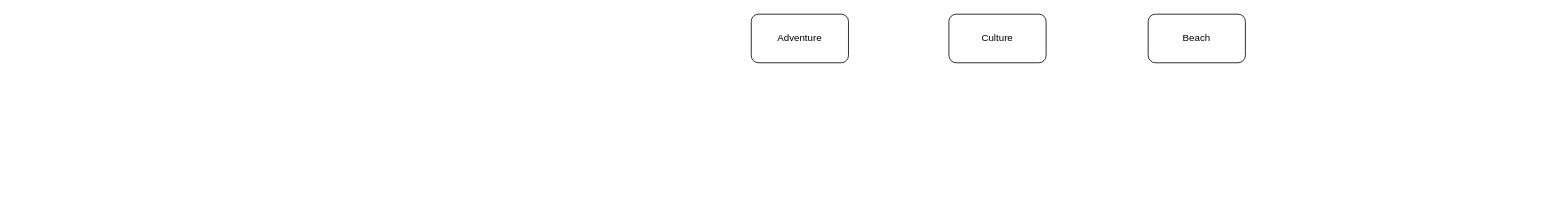
This is Untitled Diagram.drawio from justAFleetingTumbleweed/forms, a draw.io file, before an edit. Source tidied: cells renumbered, new cells numbered last; positions are measured from the earlier drawing's top-left corner, leaving out a move shared by most shapes. Both pictures are drawn from the tidied source at 81%, with x=0, y=0 at pixel (751, 14).
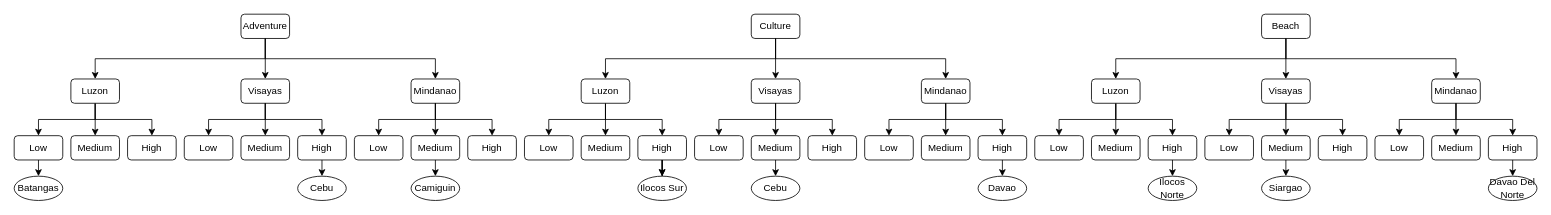
After the change.

Commit message:
Tourist Destination

The edit, as a diff of the source:
```diff
@@
-    <mxCell id="2" value="Culture" style="rounded=1;whiteSpace=wrap;html=1;" parent="1" vertex="1">
-      <mxGeometry x="244" width="120" height="60" as="geometry" />
-    </mxCell>
+    <mxCell id="5" style="edgeStyle=orthogonalEdgeStyle;rounded=0;jettySize=auto;html=1;entryX=0.5;entryY=0;entryDx=0;entryDy=0;exitX=0.5;exitY=1;exitDx=0;exitDy=0;" parent="1" edge="1" source="3" target="13">
+      <mxGeometry relative="1" as="geometry" />
+    </mxCell>
-    <mxCell id="3" value="Adventure" style="rounded=1;whiteSpace=wrap;html=1;" parent="1" vertex="1">
-      <mxGeometry width="120" height="60" as="geometry" />
+    <mxCell id="3" value="Culture" style="rounded=1;whiteSpace=wrap;html=1;" parent="1" vertex="1">
+      <mxGeometry width="60" height="30" as="geometry" />
     </mxCell>
-    <mxCell id="4" value="Beach" style="rounded=1;whiteSpace=wrap;html=1;" parent="1" vertex="1">
-      <mxGeometry x="490" width="120" height="60" as="geometry" />
-    </mxCell>
+    <mxCell id="6" style="edgeStyle=orthogonalEdgeStyle;rounded=0;jettySize=auto;html=1;entryX=0.5;entryY=0;entryDx=0;entryDy=0;exitX=0.5;exitY=1;exitDx=0;exitDy=0;" parent="1" edge="1" source="9" target="14">
+      <mxGeometry relative="1" as="geometry" />
+    </mxCell>
+    <mxCell id="7" style="edgeStyle=orthogonalEdgeStyle;rounded=0;jettySize=auto;html=1;exitX=0.5;exitY=1;exitDx=0;exitDy=0;" parent="1" edge="1" source="9" target="15">
+      <mxGeometry relative="1" as="geometry" />
+    </mxCell>
+    <mxCell id="8" style="edgeStyle=orthogonalEdgeStyle;rounded=0;jettySize=auto;html=1;entryX=0.5;entryY=0;entryDx=0;entryDy=0;exitX=0.5;exitY=1;exitDx=0;exitDy=0;" parent="1" edge="1" source="9" target="17">
+      <mxGeometry relative="1" as="geometry" />
+    </mxCell>
+    <mxCell id="9" value="Luzon" style="rounded=1;whiteSpace=wrap;html=1;" parent="1" vertex="1">
+      <mxGeometry x="-210" y="80" width="60" height="30" as="geometry" />
+    </mxCell>
+    <mxCell id="10" style="edgeStyle=orthogonalEdgeStyle;rounded=0;jettySize=auto;html=1;exitX=0.5;exitY=1;exitDx=0;exitDy=0;entryX=0.5;entryY=0;entryDx=0;entryDy=0;" parent="1" edge="1" source="3" target="9">
+      <mxGeometry relative="1" as="geometry" />
+    </mxCell>
+    <mxCell id="11" style="edgeStyle=orthogonalEdgeStyle;rounded=0;jettySize=auto;html=1;entryX=0.5;entryY=0;entryDx=0;entryDy=0;exitX=0.5;exitY=1;exitDx=0;exitDy=0;" parent="1" edge="1" source="3" target="12">
+      <mxGeometry relative="1" as="geometry" />
+    </mxCell>
+    <mxCell id="12" value="Visayas" style="rounded=1;whiteSpace=wrap;html=1;" parent="1" vertex="1">
+      <mxGeometry y="80" width="60" height="30" as="geometry" />
+    </mxCell>
+    <mxCell id="13" value="Mindanao" style="rounded=1;whiteSpace=wrap;html=1;" parent="1" vertex="1">
+      <mxGeometry x="210" y="80" width="60" height="30" as="geometry" />
+    </mxCell>
+    <mxCell id="14" value="Low" style="rounded=1;whiteSpace=wrap;html=1;" parent="1" vertex="1">
+      <mxGeometry x="-280" y="150" width="60" height="30" as="geometry" />
+    </mxCell>
+    <mxCell id="15" value="Medium" style="rounded=1;whiteSpace=wrap;html=1;" parent="1" vertex="1">
+      <mxGeometry x="-210" y="150" width="60" height="30" as="geometry" />
+    </mxCell>
+    <mxCell id="16" style="edgeStyle=orthogonalEdgeStyle;rounded=0;jettySize=auto;html=1;" parent="1" edge="1" source="17" target="87">
+      <mxGeometry relative="1" as="geometry" />
+    </mxCell>
+    <mxCell id="17" value="High" style="rounded=1;whiteSpace=wrap;html=1;" parent="1" vertex="1">
+      <mxGeometry x="-140" y="150" width="60" height="30" as="geometry" />
+    </mxCell>
+    <mxCell id="18" style="edgeStyle=orthogonalEdgeStyle;rounded=0;jettySize=auto;html=1;entryX=0.5;entryY=0;entryDx=0;entryDy=0;exitX=0.5;exitY=1;exitDx=0;exitDy=0;" parent="1" edge="1" source="12" target="23">
+      <mxGeometry relative="1" as="geometry" />
+    </mxCell>
+    <mxCell id="19" style="edgeStyle=orthogonalEdgeStyle;rounded=0;jettySize=auto;html=1;entryX=0.5;entryY=0;entryDx=0;entryDy=0;exitX=0.5;exitY=1;exitDx=0;exitDy=0;" parent="1" edge="1" source="12" target="22">
+      <mxGeometry relative="1" as="geometry" />
+    </mxCell>
+    <mxCell id="20" style="edgeStyle=orthogonalEdgeStyle;rounded=0;jettySize=auto;html=1;exitX=0.5;exitY=1;exitDx=0;exitDy=0;" parent="1" edge="1" source="12" target="21">
+      <mxGeometry relative="1" as="geometry" />
+    </mxCell>
+    <mxCell id="21" value="Medium" style="rounded=1;whiteSpace=wrap;html=1;" parent="1" vertex="1">
+      <mxGeometry y="150" width="60" height="30" as="geometry" />
+    </mxCell>
+    <mxCell id="22" value="Low" style="rounded=1;whiteSpace=wrap;html=1;" parent="1" vertex="1">
+      <mxGeometry x="-70" y="150" width="60" height="30" as="geometry" />
+    </mxCell>
+    <mxCell id="23" value="High" style="rounded=1;whiteSpace=wrap;html=1;" parent="1" vertex="1">
+      <mxGeometry x="70" y="150" width="60" height="30" as="geometry" />
+    </mxCell>
+    <mxCell id="24" style="edgeStyle=orthogonalEdgeStyle;rounded=0;jettySize=auto;html=1;exitX=0.5;exitY=1;exitDx=0;exitDy=0;" parent="1" edge="1" source="13" target="27">
+      <mxGeometry relative="1" as="geometry" />
+    </mxCell>
+    <mxCell id="25" style="edgeStyle=orthogonalEdgeStyle;rounded=0;jettySize=auto;html=1;entryX=0.5;entryY=0;entryDx=0;entryDy=0;exitX=0.5;exitY=1;exitDx=0;exitDy=0;" parent="1" edge="1" source="13" target="26">
+      <mxGeometry relative="1" as="geometry" />
+    </mxCell>
+    <mxCell id="26" value="Low" style="rounded=1;whiteSpace=wrap;html=1;" parent="1" vertex="1">
+      <mxGeometry x="140" y="150" width="60" height="30" as="geometry" />
+    </mxCell>
+    <mxCell id="27" value="Medium" style="rounded=1;whiteSpace=wrap;html=1;" parent="1" vertex="1">
+      <mxGeometry x="210" y="150" width="60" height="30" as="geometry" />
+    </mxCell>
+    <mxCell id="28" value="High" style="rounded=1;whiteSpace=wrap;html=1;" parent="1" vertex="1">
+      <mxGeometry x="280" y="150" width="60" height="30" as="geometry" />
+    </mxCell>
+    <mxCell id="29" style="edgeStyle=orthogonalEdgeStyle;rounded=0;jettySize=auto;html=1;entryX=0.5;entryY=0;entryDx=0;entryDy=0;exitX=0.5;exitY=1;exitDx=0;exitDy=0;" parent="1" edge="1" source="13" target="28">
+      <mxGeometry relative="1" as="geometry" />
+    </mxCell>
+    <mxCell id="30" style="edgeStyle=orthogonalEdgeStyle;rounded=0;jettySize=auto;html=1;entryX=0.5;entryY=0;entryDx=0;entryDy=0;exitX=0.5;exitY=1;exitDx=0;exitDy=0;" parent="1" edge="1" source="31" target="39">
+      <mxGeometry relative="1" as="geometry" />
+    </mxCell>
+    <mxCell id="31" value="Adventure" style="rounded=1;whiteSpace=wrap;html=1;" parent="1" vertex="1">
+      <mxGeometry x="-630" width="60" height="30" as="geometry" />
+    </mxCell>
+    <mxCell id="32" style="edgeStyle=orthogonalEdgeStyle;rounded=0;jettySize=auto;html=1;entryX=0.5;entryY=0;entryDx=0;entryDy=0;exitX=0.5;exitY=1;exitDx=0;exitDy=0;" parent="1" edge="1" source="35" target="41">
+      <mxGeometry relative="1" as="geometry" />
+    </mxCell>
+    <mxCell id="33" style="edgeStyle=orthogonalEdgeStyle;rounded=0;jettySize=auto;html=1;exitX=0.5;exitY=1;exitDx=0;exitDy=0;" parent="1" edge="1" source="35" target="42">
+      <mxGeometry relative="1" as="geometry" />
+    </mxCell>
+    <mxCell id="34" style="edgeStyle=orthogonalEdgeStyle;rounded=0;jettySize=auto;html=1;entryX=0.5;entryY=0;entryDx=0;entryDy=0;exitX=0.5;exitY=1;exitDx=0;exitDy=0;" parent="1" edge="1" source="35" target="43">
+      <mxGeometry relative="1" as="geometry" />
+    </mxCell>
+    <mxCell id="35" value="Luzon" style="rounded=1;whiteSpace=wrap;html=1;" parent="1" vertex="1">
+      <mxGeometry x="-840" y="80" width="60" height="30" as="geometry" />
+    </mxCell>
+    <mxCell id="36" style="edgeStyle=orthogonalEdgeStyle;rounded=0;jettySize=auto;html=1;exitX=0.5;exitY=1;exitDx=0;exitDy=0;entryX=0.5;entryY=0;entryDx=0;entryDy=0;" parent="1" edge="1" source="31" target="35">
+      <mxGeometry relative="1" as="geometry" />
+    </mxCell>
+    <mxCell id="37" style="edgeStyle=orthogonalEdgeStyle;rounded=0;jettySize=auto;html=1;entryX=0.5;entryY=0;entryDx=0;entryDy=0;exitX=0.5;exitY=1;exitDx=0;exitDy=0;" parent="1" edge="1" source="31" target="38">
+      <mxGeometry relative="1" as="geometry" />
+    </mxCell>
+    <mxCell id="38" value="Visayas" style="rounded=1;whiteSpace=wrap;html=1;" parent="1" vertex="1">
+      <mxGeometry x="-630" y="80" width="60" height="30" as="geometry" />
+    </mxCell>
+    <mxCell id="39" value="Mindanao" style="rounded=1;whiteSpace=wrap;html=1;" parent="1" vertex="1">
+      <mxGeometry x="-420" y="80" width="60" height="30" as="geometry" />
+    </mxCell>
+    <mxCell id="40" style="edgeStyle=orthogonalEdgeStyle;rounded=0;jettySize=auto;html=1;exitX=0.5;exitY=1;exitDx=0;exitDy=0;entryX=0.5;entryY=0;entryDx=0;entryDy=0;" parent="1" edge="1" source="41" target="81">
+      <mxGeometry relative="1" as="geometry" />
+    </mxCell>
+    <mxCell id="41" value="Low" style="rounded=1;whiteSpace=wrap;html=1;" parent="1" vertex="1">
+      <mxGeometry x="-910" y="150" width="60" height="30" as="geometry" />
+    </mxCell>
+    <mxCell id="42" value="Medium" style="rounded=1;whiteSpace=wrap;html=1;" parent="1" vertex="1">
+      <mxGeometry x="-840" y="150" width="60" height="30" as="geometry" />
+    </mxCell>
+    <mxCell id="43" value="High" style="rounded=1;whiteSpace=wrap;html=1;" parent="1" vertex="1">
+      <mxGeometry x="-770" y="150" width="60" height="30" as="geometry" />
+    </mxCell>
+    <mxCell id="44" style="edgeStyle=orthogonalEdgeStyle;rounded=0;jettySize=auto;html=1;entryX=0.5;entryY=0;entryDx=0;entryDy=0;exitX=0.5;exitY=1;exitDx=0;exitDy=0;" parent="1" edge="1" source="38" target="49">
+      <mxGeometry relative="1" as="geometry" />
+    </mxCell>
+    <mxCell id="45" style="edgeStyle=orthogonalEdgeStyle;rounded=0;jettySize=auto;html=1;entryX=0.5;entryY=0;entryDx=0;entryDy=0;exitX=0.5;exitY=1;exitDx=0;exitDy=0;" parent="1" edge="1" source="38" target="48">
+      <mxGeometry relative="1" as="geometry" />
+    </mxCell>
+    <mxCell id="46" style="edgeStyle=orthogonalEdgeStyle;rounded=0;jettySize=auto;html=1;exitX=0.5;exitY=1;exitDx=0;exitDy=0;" parent="1" edge="1" source="38" target="47">
+      <mxGeometry relative="1" as="geometry" />
+    </mxCell>
+    <mxCell id="47" value="Medium" style="rounded=1;whiteSpace=wrap;html=1;" parent="1" vertex="1">
+      <mxGeometry x="-630" y="150" width="60" height="30" as="geometry" />
+    </mxCell>
+    <mxCell id="48" value="Low" style="rounded=1;whiteSpace=wrap;html=1;" parent="1" vertex="1">
+      <mxGeometry x="-700" y="150" width="60" height="30" as="geometry" />
+    </mxCell>
+    <mxCell id="49" value="High" style="rounded=1;whiteSpace=wrap;html=1;" parent="1" vertex="1">
+      <mxGeometry x="-560" y="150" width="60" height="30" as="geometry" />
+    </mxCell>
+    <mxCell id="50" style="edgeStyle=orthogonalEdgeStyle;rounded=0;jettySize=auto;html=1;exitX=0.5;exitY=1;exitDx=0;exitDy=0;" parent="1" edge="1" source="39" target="53">
+      <mxGeometry relative="1" as="geometry" />
+    </mxCell>
+    <mxCell id="51" style="edgeStyle=orthogonalEdgeStyle;rounded=0;jettySize=auto;html=1;entryX=0.5;entryY=0;entryDx=0;entryDy=0;exitX=0.5;exitY=1;exitDx=0;exitDy=0;" parent="1" edge="1" source="39" target="52">
+      <mxGeometry relative="1" as="geometry" />
+    </mxCell>
+    <mxCell id="52" value="Low" style="rounded=1;whiteSpace=wrap;html=1;" parent="1" vertex="1">
+      <mxGeometry x="-490" y="150" width="60" height="30" as="geometry" />
+    </mxCell>
+    <mxCell id="53" value="Medium" style="rounded=1;whiteSpace=wrap;html=1;" parent="1" vertex="1">
+      <mxGeometry x="-420" y="150" width="60" height="30" as="geometry" />
+    </mxCell>
+    <mxCell id="54" value="High" style="rounded=1;whiteSpace=wrap;html=1;" parent="1" vertex="1">
+      <mxGeometry x="-350" y="150" width="60" height="30" as="geometry" />
+    </mxCell>
+    <mxCell id="55" style="edgeStyle=orthogonalEdgeStyle;rounded=0;jettySize=auto;html=1;entryX=0.5;entryY=0;entryDx=0;entryDy=0;exitX=0.5;exitY=1;exitDx=0;exitDy=0;" parent="1" edge="1" source="39" target="54">
+      <mxGeometry relative="1" as="geometry" />
+    </mxCell>
+    <mxCell id="56" style="edgeStyle=orthogonalEdgeStyle;rounded=0;jettySize=auto;html=1;entryX=0.5;entryY=0;entryDx=0;entryDy=0;exitX=0.5;exitY=1;exitDx=0;exitDy=0;" parent="1" edge="1" source="57" target="65">
+      <mxGeometry relative="1" as="geometry" />
+    </mxCell>
+    <mxCell id="57" value="Be&lt;span style=&quot;background-color: transparent; color: light-dark(rgb(0, 0, 0), rgb(255, 255, 255));&quot;&gt;ach&lt;/span&gt;" style="rounded=1;whiteSpace=wrap;html=1;" parent="1" vertex="1">
+      <mxGeometry x="630" width="60" height="30" as="geometry" />
+    </mxCell>
+    <mxCell id="58" style="edgeStyle=orthogonalEdgeStyle;rounded=0;jettySize=auto;html=1;entryX=0.5;entryY=0;entryDx=0;entryDy=0;exitX=0.5;exitY=1;exitDx=0;exitDy=0;" parent="1" edge="1" source="61" target="66">
+      <mxGeometry relative="1" as="geometry" />
+    </mxCell>
+    <mxCell id="59" style="edgeStyle=orthogonalEdgeStyle;rounded=0;jettySize=auto;html=1;exitX=0.5;exitY=1;exitDx=0;exitDy=0;" parent="1" edge="1" source="61" target="67">
+      <mxGeometry relative="1" as="geometry" />
+    </mxCell>
+    <mxCell id="60" style="edgeStyle=orthogonalEdgeStyle;rounded=0;jettySize=auto;html=1;entryX=0.5;entryY=0;entryDx=0;entryDy=0;exitX=0.5;exitY=1;exitDx=0;exitDy=0;" parent="1" edge="1" source="61" target="68">
+      <mxGeometry relative="1" as="geometry" />
+    </mxCell>
+    <mxCell id="61" value="Luzon" style="rounded=1;whiteSpace=wrap;html=1;" parent="1" vertex="1">
+      <mxGeometry x="420" y="80" width="60" height="30" as="geometry" />
+    </mxCell>
+    <mxCell id="62" style="edgeStyle=orthogonalEdgeStyle;rounded=0;jettySize=auto;html=1;exitX=0.5;exitY=1;exitDx=0;exitDy=0;entryX=0.5;entryY=0;entryDx=0;entryDy=0;" parent="1" edge="1" source="57" target="61">
+      <mxGeometry relative="1" as="geometry" />
+    </mxCell>
+    <mxCell id="63" style="edgeStyle=orthogonalEdgeStyle;rounded=0;jettySize=auto;html=1;entryX=0.5;entryY=0;entryDx=0;entryDy=0;exitX=0.5;exitY=1;exitDx=0;exitDy=0;" parent="1" edge="1" source="57" target="64">
+      <mxGeometry relative="1" as="geometry" />
+    </mxCell>
+    <mxCell id="64" value="Visayas" style="rounded=1;whiteSpace=wrap;html=1;" parent="1" vertex="1">
+      <mxGeometry x="630" y="80" width="60" height="30" as="geometry" />
+    </mxCell>
+    <mxCell id="65" value="Mindanao" style="rounded=1;whiteSpace=wrap;html=1;" parent="1" vertex="1">
+      <mxGeometry x="840" y="80" width="60" height="30" as="geometry" />
+    </mxCell>
+    <mxCell id="66" value="Low" style="rounded=1;whiteSpace=wrap;html=1;" parent="1" vertex="1">
+      <mxGeometry x="350" y="150" width="60" height="30" as="geometry" />
+    </mxCell>
+    <mxCell id="67" value="Medium" style="rounded=1;whiteSpace=wrap;html=1;" parent="1" vertex="1">
+      <mxGeometry x="420" y="150" width="60" height="30" as="geometry" />
+    </mxCell>
+    <mxCell id="68" value="High" style="rounded=1;whiteSpace=wrap;html=1;" parent="1" vertex="1">
+      <mxGeometry x="490" y="150" width="60" height="30" as="geometry" />
+    </mxCell>
+    <mxCell id="69" style="edgeStyle=orthogonalEdgeStyle;rounded=0;jettySize=auto;html=1;entryX=0.5;entryY=0;entryDx=0;entryDy=0;exitX=0.5;exitY=1;exitDx=0;exitDy=0;" parent="1" edge="1" source="64" target="74">
+      <mxGeometry relative="1" as="geometry" />
+    </mxCell>
+    <mxCell id="70" style="edgeStyle=orthogonalEdgeStyle;rounded=0;jettySize=auto;html=1;entryX=0.5;entryY=0;entryDx=0;entryDy=0;exitX=0.5;exitY=1;exitDx=0;exitDy=0;" parent="1" edge="1" source="64" target="73">
+      <mxGeometry relative="1" as="geometry" />
+    </mxCell>
+    <mxCell id="71" style="edgeStyle=orthogonalEdgeStyle;rounded=0;jettySize=auto;html=1;exitX=0.5;exitY=1;exitDx=0;exitDy=0;" parent="1" edge="1" source="64" target="72">
+      <mxGeometry relative="1" as="geometry" />
+    </mxCell>
+    <mxCell id="72" value="Medium" style="rounded=1;whiteSpace=wrap;html=1;" parent="1" vertex="1">
+      <mxGeometry x="630" y="150" width="60" height="30" as="geometry" />
+    </mxCell>
+    <mxCell id="73" value="Low" style="rounded=1;whiteSpace=wrap;html=1;" parent="1" vertex="1">
+      <mxGeometry x="560" y="150" width="60" height="30" as="geometry" />
+    </mxCell>
+    <mxCell id="74" value="High" style="rounded=1;whiteSpace=wrap;html=1;" parent="1" vertex="1">
+      <mxGeometry x="700" y="150" width="60" height="30" as="geometry" />
+    </mxCell>
+    <mxCell id="75" style="edgeStyle=orthogonalEdgeStyle;rounded=0;jettySize=auto;html=1;exitX=0.5;exitY=1;exitDx=0;exitDy=0;" parent="1" edge="1" source="65" target="78">
+      <mxGeometry relative="1" as="geometry" />
+    </mxCell>
+    <mxCell id="76" style="edgeStyle=orthogonalEdgeStyle;rounded=0;jettySize=auto;html=1;entryX=0.5;entryY=0;entryDx=0;entryDy=0;exitX=0.5;exitY=1;exitDx=0;exitDy=0;" parent="1" edge="1" source="65" target="77">
+      <mxGeometry relative="1" as="geometry" />
+    </mxCell>
+    <mxCell id="77" value="Low" style="rounded=1;whiteSpace=wrap;html=1;" parent="1" vertex="1">
+      <mxGeometry x="770" y="150" width="60" height="30" as="geometry" />
+    </mxCell>
+    <mxCell id="78" value="Medium" style="rounded=1;whiteSpace=wrap;html=1;" parent="1" vertex="1">
+      <mxGeometry x="840" y="150" width="60" height="30" as="geometry" />
+    </mxCell>
+    <mxCell id="79" value="High" style="rounded=1;whiteSpace=wrap;html=1;" parent="1" vertex="1">
+      <mxGeometry x="910" y="150" width="60" height="30" as="geometry" />
+    </mxCell>
+    <mxCell id="80" style="edgeStyle=orthogonalEdgeStyle;rounded=0;jettySize=auto;html=1;entryX=0.5;entryY=0;entryDx=0;entryDy=0;exitX=0.5;exitY=1;exitDx=0;exitDy=0;" parent="1" edge="1" source="65" target="79">
+      <mxGeometry relative="1" as="geometry" />
+    </mxCell>
+    <mxCell id="81" value="Batangas" style="ellipse;whiteSpace=wrap;html=1;" parent="1" vertex="1">
+      <mxGeometry x="-910" y="200" width="60" height="30" as="geometry" />
+    </mxCell>
+    <mxCell id="82" value="Cebu" style="ellipse;whiteSpace=wrap;html=1;" parent="1" vertex="1">
+      <mxGeometry x="-560" y="200" width="60" height="30" as="geometry" />
+    </mxCell>
+    <mxCell id="83" style="edgeStyle=orthogonalEdgeStyle;rounded=0;jettySize=auto;html=1;exitX=0.5;exitY=1;exitDx=0;exitDy=0;entryX=0.5;entryY=0;entryDx=0;entryDy=0;" parent="1" edge="1" source="49" target="82">
+      <mxGeometry relative="1" as="geometry" />
+    </mxCell>
+    <mxCell id="84" value="Camiguin" style="ellipse;whiteSpace=wrap;html=1;" parent="1" vertex="1">
+      <mxGeometry x="-420" y="200" width="60" height="30" as="geometry" />
+    </mxCell>
+    <mxCell id="85" style="edgeStyle=orthogonalEdgeStyle;rounded=0;jettySize=auto;html=1;exitX=0.5;exitY=1;exitDx=0;exitDy=0;entryX=0.5;entryY=0;entryDx=0;entryDy=0;" parent="1" edge="1" source="53" target="84">
+      <mxGeometry relative="1" as="geometry" />
+    </mxCell>
+    <mxCell id="86" style="edgeStyle=orthogonalEdgeStyle;rounded=0;jettySize=auto;html=1;exitX=0.5;exitY=1;exitDx=0;exitDy=0;entryX=0.5;entryY=0;entryDx=0;entryDy=0;" parent="1" edge="1" source="17" target="87">
+      <mxGeometry relative="1" as="geometry" />
+    </mxCell>
+    <mxCell id="87" value="Ilocos Sur" style="ellipse;whiteSpace=wrap;html=1;" parent="1" vertex="1">
+      <mxGeometry x="-140" y="200" width="60" height="30" as="geometry" />
+    </mxCell>
+    <mxCell id="88" value="Cebu" style="ellipse;whiteSpace=wrap;html=1;" parent="1" vertex="1">
+      <mxGeometry y="200" width="60" height="30" as="geometry" />
+    </mxCell>
+    <mxCell id="89" style="edgeStyle=orthogonalEdgeStyle;rounded=0;jettySize=auto;html=1;exitX=0.5;exitY=1;exitDx=0;exitDy=0;entryX=0.5;entryY=0;entryDx=0;entryDy=0;" parent="1" edge="1" target="88">
+      <mxGeometry relative="1" as="geometry">
+        <mxPoint x="30" y="180" as="sourcePoint" />
+      </mxGeometry>
+    </mxCell>
+    <mxCell id="90" style="edgeStyle=orthogonalEdgeStyle;rounded=0;jettySize=auto;html=1;exitX=0.5;exitY=1;exitDx=0;exitDy=0;entryX=0.5;entryY=0;entryDx=0;entryDy=0;" parent="1" edge="1" target="91">
+      <mxGeometry relative="1" as="geometry">
+        <mxPoint x="310" y="180" as="sourcePoint" />
+      </mxGeometry>
+    </mxCell>
+    <mxCell id="91" value="Davao" style="ellipse;whiteSpace=wrap;html=1;" parent="1" vertex="1">
+      <mxGeometry x="280" y="200" width="60" height="30" as="geometry" />
+    </mxCell>
+    <mxCell id="92" value="Ilocos Norte" style="ellipse;whiteSpace=wrap;html=1;" parent="1" vertex="1">
+      <mxGeometry x="490" y="200" width="60" height="30" as="geometry" />
+    </mxCell>
+    <mxCell id="93" style="edgeStyle=orthogonalEdgeStyle;rounded=0;jettySize=auto;html=1;exitX=0.5;exitY=1;exitDx=0;exitDy=0;entryX=0.5;entryY=0;entryDx=0;entryDy=0;" parent="1" edge="1" target="92">
+      <mxGeometry relative="1" as="geometry">
+        <mxPoint x="520" y="180" as="sourcePoint" />
+      </mxGeometry>
+    </mxCell>
+    <mxCell id="94" value="Siargao" style="ellipse;whiteSpace=wrap;html=1;" parent="1" vertex="1">
+      <mxGeometry x="630" y="200" width="60" height="30" as="geometry" />
+    </mxCell>
+    <mxCell id="95" style="edgeStyle=orthogonalEdgeStyle;rounded=0;jettySize=auto;html=1;exitX=0.5;exitY=1;exitDx=0;exitDy=0;entryX=0.5;entryY=0;entryDx=0;entryDy=0;" parent="1" edge="1" target="94">
+      <mxGeometry relative="1" as="geometry">
+        <mxPoint x="660" y="180" as="sourcePoint" />
+      </mxGeometry>
+    </mxCell>
+    <mxCell id="96" value="Davao Del Norte" style="ellipse;whiteSpace=wrap;html=1;" parent="1" vertex="1">
+      <mxGeometry x="910" y="200" width="60" height="30" as="geometry" />
+    </mxCell>
+    <mxCell id="97" style="edgeStyle=orthogonalEdgeStyle;rounded=0;jettySize=auto;html=1;exitX=0.5;exitY=1;exitDx=0;exitDy=0;entryX=0.5;entryY=0;entryDx=0;entryDy=0;" parent="1" edge="1" target="96">
+      <mxGeometry relative="1" as="geometry">
+        <mxPoint x="940" y="180" as="sourcePoint" />
+      </mxGeometry>
+    </mxCell>
```
